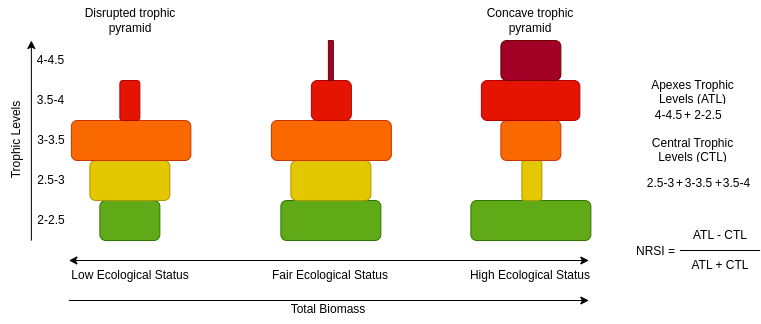
The draw.io diagram figs/diagram.png in CBMC-GCMP/nrsi, before a commit. Source tidied: cells renumbered, new cells last; positions are measured from the earlier drawing's top-left corner, leaving out a move shared by most shapes.
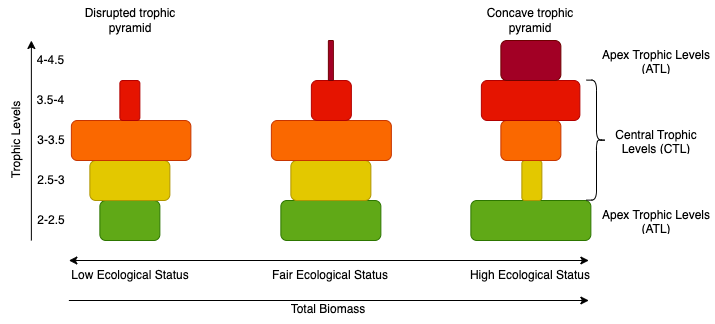
After the commit.

Change to the diagram source:
```diff
@@ -112,11 +112,6 @@
         <mxGeometry y="124.6" width="118.8" height="30" as="geometry" />
       </mxCell>
     </object>
-    <object id="29" label="4-4.5" name="Variable" placeholders="1">
-      <mxCell style="text;html=1;strokeColor=none;fillColor=none;align=center;verticalAlign=middle;whiteSpace=wrap;overflow=hidden;fillStyle=solid;" parent="1" vertex="1">
-        <mxGeometry x="694.5" y="100" width="35" height="30" as="geometry" />
-      </mxCell>
-    </object>
     <object id="30" label="Concave trophic pyramid" name="Variable" placeholders="1">
       <mxCell style="text;html=1;strokeColor=none;fillColor=none;align=center;verticalAlign=middle;whiteSpace=wrap;overflow=hidden;fillStyle=solid;" parent="1" vertex="1">
         <mxGeometry x="509.1" width="130" height="40" as="geometry" />
@@ -127,68 +122,23 @@
         <mxGeometry x="109.4" width="130" height="40" as="geometry" />
       </mxCell>
     </object>
-    <object id="32" label="2-2.5" name="Variable" placeholders="1">
-      <mxCell style="text;html=1;strokeColor=none;fillColor=none;align=center;verticalAlign=middle;whiteSpace=wrap;overflow=hidden;fillStyle=solid;" parent="1" vertex="1">
-        <mxGeometry x="736.5" y="100" width="30" height="30" as="geometry" />
-      </mxCell>
-    </object>
-    <object id="33" label="+" name="Variable" placeholders="1">
-      <mxCell style="text;html=1;strokeColor=none;fillColor=none;align=center;verticalAlign=middle;whiteSpace=wrap;overflow=hidden;fillStyle=solid;" parent="1" vertex="1">
-        <mxGeometry x="713.5" y="100" width="35" height="30" as="geometry" />
-      </mxCell>
-    </object>
-    <object id="34" label="2.5-3" name="Variable" placeholders="1">
-      <mxCell style="text;html=1;strokeColor=none;fillColor=none;align=center;verticalAlign=middle;whiteSpace=wrap;overflow=hidden;fillStyle=solid;" parent="1" vertex="1">
-        <mxGeometry x="686.5" y="168" width="35" height="30" as="geometry" />
-      </mxCell>
-    </object>
-    <object id="35" label="3-3.5" name="Variable" placeholders="1">
-      <mxCell style="text;html=1;strokeColor=none;fillColor=none;align=center;verticalAlign=middle;whiteSpace=wrap;overflow=hidden;fillStyle=solid;" parent="1" vertex="1">
-        <mxGeometry x="726.5" y="168" width="30.5" height="30" as="geometry" />
-      </mxCell>
-    </object>
-    <object id="36" label="+" name="Variable" placeholders="1">
-      <mxCell style="text;html=1;strokeColor=none;fillColor=none;align=center;verticalAlign=middle;whiteSpace=wrap;overflow=hidden;fillStyle=solid;" parent="1" vertex="1">
-        <mxGeometry x="705.5" y="168" width="35" height="30" as="geometry" />
-      </mxCell>
-    </object>
-    <object id="37" label="3.5-4" name="Variable" placeholders="1">
-      <mxCell style="text;html=1;strokeColor=none;fillColor=none;align=center;verticalAlign=middle;whiteSpace=wrap;overflow=hidden;fillStyle=solid;" parent="1" vertex="1">
-        <mxGeometry x="765.2" y="168" width="30.5" height="30" as="geometry" />
-      </mxCell>
-    </object>
-    <object id="38" label="+" name="Variable" placeholders="1">
-      <mxCell style="text;html=1;strokeColor=none;fillColor=none;align=center;verticalAlign=middle;whiteSpace=wrap;overflow=hidden;fillStyle=solid;" parent="1" vertex="1">
-        <mxGeometry x="744.5" y="168" width="35" height="30" as="geometry" />
-      </mxCell>
-    </object>
-    <object id="39" label="Apexes Trophic Levels (ATL)" name="Variable" placeholders="1">
+    <object id="39" label="Apex Trophic Levels (ATL)" name="Variable" placeholders="1">
       <mxCell style="text;html=1;strokeColor=none;fillColor=none;align=center;verticalAlign=middle;whiteSpace=wrap;overflow=hidden;fillStyle=solid;" parent="1" vertex="1">
-        <mxGeometry x="679.2" y="75" width="115.5" height="30" as="geometry" />
+        <mxGeometry x="642.4" y="45" width="115.5" height="30" as="geometry" />
       </mxCell>
     </object>
     <object id="40" label="Central Trophic Levels (CTL)" name="Variable" placeholders="1">
       <mxCell style="text;html=1;strokeColor=none;fillColor=none;align=center;verticalAlign=middle;whiteSpace=wrap;overflow=hidden;fillStyle=solid;" parent="1" vertex="1">
-        <mxGeometry x="678.8" y="133" width="115.5" height="30" as="geometry" />
+        <mxGeometry x="642.4" y="124.6" width="115.5" height="30" as="geometry" />
       </mxCell>
     </object>
-    <object id="41" label="ATL - CTL" name="Variable" placeholders="1">
-      <mxCell style="text;html=1;strokeColor=none;fillColor=none;align=center;verticalAlign=middle;whiteSpace=wrap;overflow=hidden;fillStyle=solid;" parent="1" vertex="1">
-        <mxGeometry x="723.6" y="220" width="80" height="30" as="geometry" />
-      </mxCell>
-    </object>
-    <object id="42" label="ATL + CTL" name="Variable" placeholders="1">
-      <mxCell style="text;html=1;strokeColor=none;fillColor=none;align=center;verticalAlign=middle;whiteSpace=wrap;overflow=hidden;fillStyle=solid;" parent="1" vertex="1">
-        <mxGeometry x="723.6" y="250" width="80" height="30" as="geometry" />
-      </mxCell>
-    </object>
-    <mxCell id="43" style="endArrow=none;html=1;rounded=0;entryX=1;entryY=0;entryDx=0;entryDy=0;exitX=0;exitY=0;exitDx=0;exitDy=0;" parent="1" edge="1" source="42" target="42">
-      <mxGeometry relative="1" as="geometry" />
-    </mxCell>
-    <object id="44" label="NRSI =" name="Variable" placeholders="1">
-      <mxCell style="text;html=1;strokeColor=none;fillColor=none;align=center;verticalAlign=middle;whiteSpace=wrap;overflow=hidden;fillStyle=solid;" parent="1" vertex="1">
-        <mxGeometry x="642.4" y="236" width="115.5" height="30" as="geometry" />
-      </mxCell>
-    </object>
+    <mxCell id="45" style="shape=curlyBracket;whiteSpace=wrap;html=1;rounded=1;flipH=1;labelPosition=right;verticalLabelPosition=middle;align=left;verticalAlign=middle;" parent="1" vertex="1">
+      <mxGeometry x="630" y="79.6" width="20" height="120" as="geometry" />
+    </mxCell>
+    <object id="46" label="Apex Trophic Levels (ATL)" name="Variable" placeholders="1">
+      <mxCell style="text;html=1;strokeColor=none;fillColor=none;align=center;verticalAlign=middle;whiteSpace=wrap;overflow=hidden;fillStyle=solid;" parent="1" vertex="1">
+        <mxGeometry x="642.4" y="205" width="115.5" height="30" as="geometry" />
+      </mxCell>
+    </object>
   </root>
 </mxGraphModel>
```
